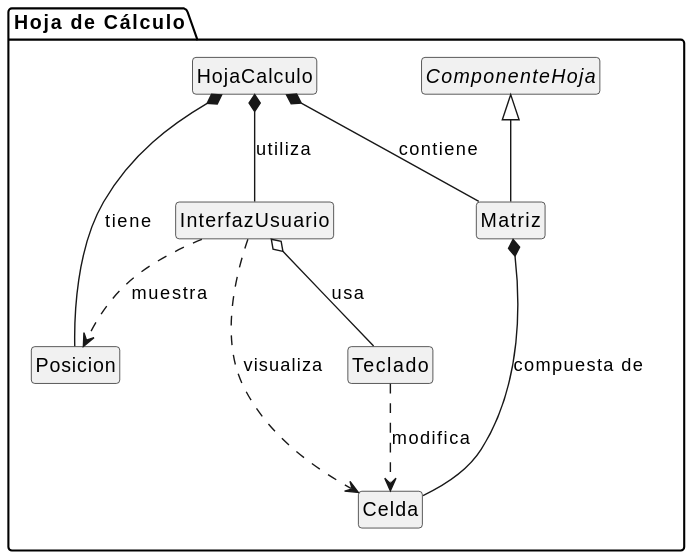
oscarsantasanchez/24-25-IdSw2-SDD keeps this PlantUML diagram as images/modelosUML/DiagramaClases1.svg. Above is the earlier version. The source it was exported from:
```plantuml
@startuml
hide circles
hide empty members

package "Hoja de Cálculo" {
  abstract class ComponenteHoja
  class Matriz
  class Celda
  class Posicion
  class InterfazUsuario
  class Teclado
  class HojaCalculo

  ComponenteHoja <|-- Matriz
  HojaCalculo *-- Matriz : contiene
  HojaCalculo *-- Posicion : tiene
  HojaCalculo *-- InterfazUsuario : utiliza
  Matriz *-- Celda : compuesta de
  InterfazUsuario o-- Teclado : usa
  InterfazUsuario ..> Celda : visualiza
  InterfazUsuario ..> Posicion : muestra
  Teclado ..> Celda : modifica
}
@enduml
```
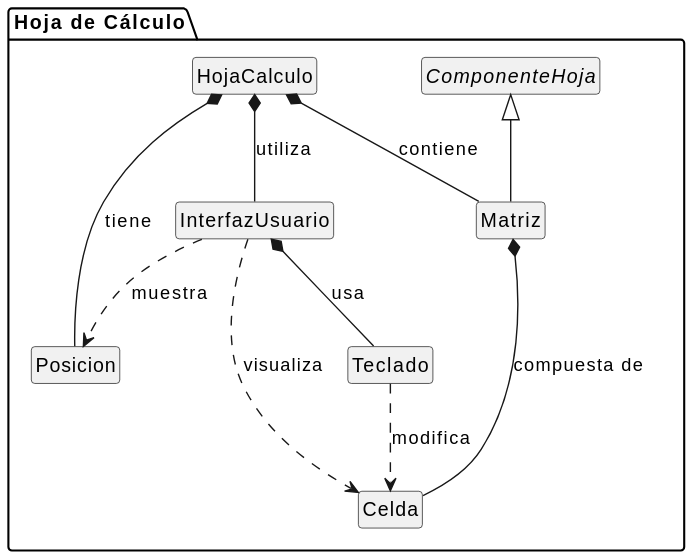
The same diagram one commit later.

The edit, as a diff of the source:
```diff
@@ -16,7 +16,7 @@
   HojaCalculo *-- Posicion : tiene
   HojaCalculo *-- InterfazUsuario : utiliza
   Matriz *-- Celda : compuesta de
-  InterfazUsuario o-- Teclado : usa
+  InterfazUsuario *-- Teclado : usa
   InterfazUsuario ..> Celda : visualiza
   InterfazUsuario ..> Posicion : muestra
   Teclado ..> Celda : modifica
```
